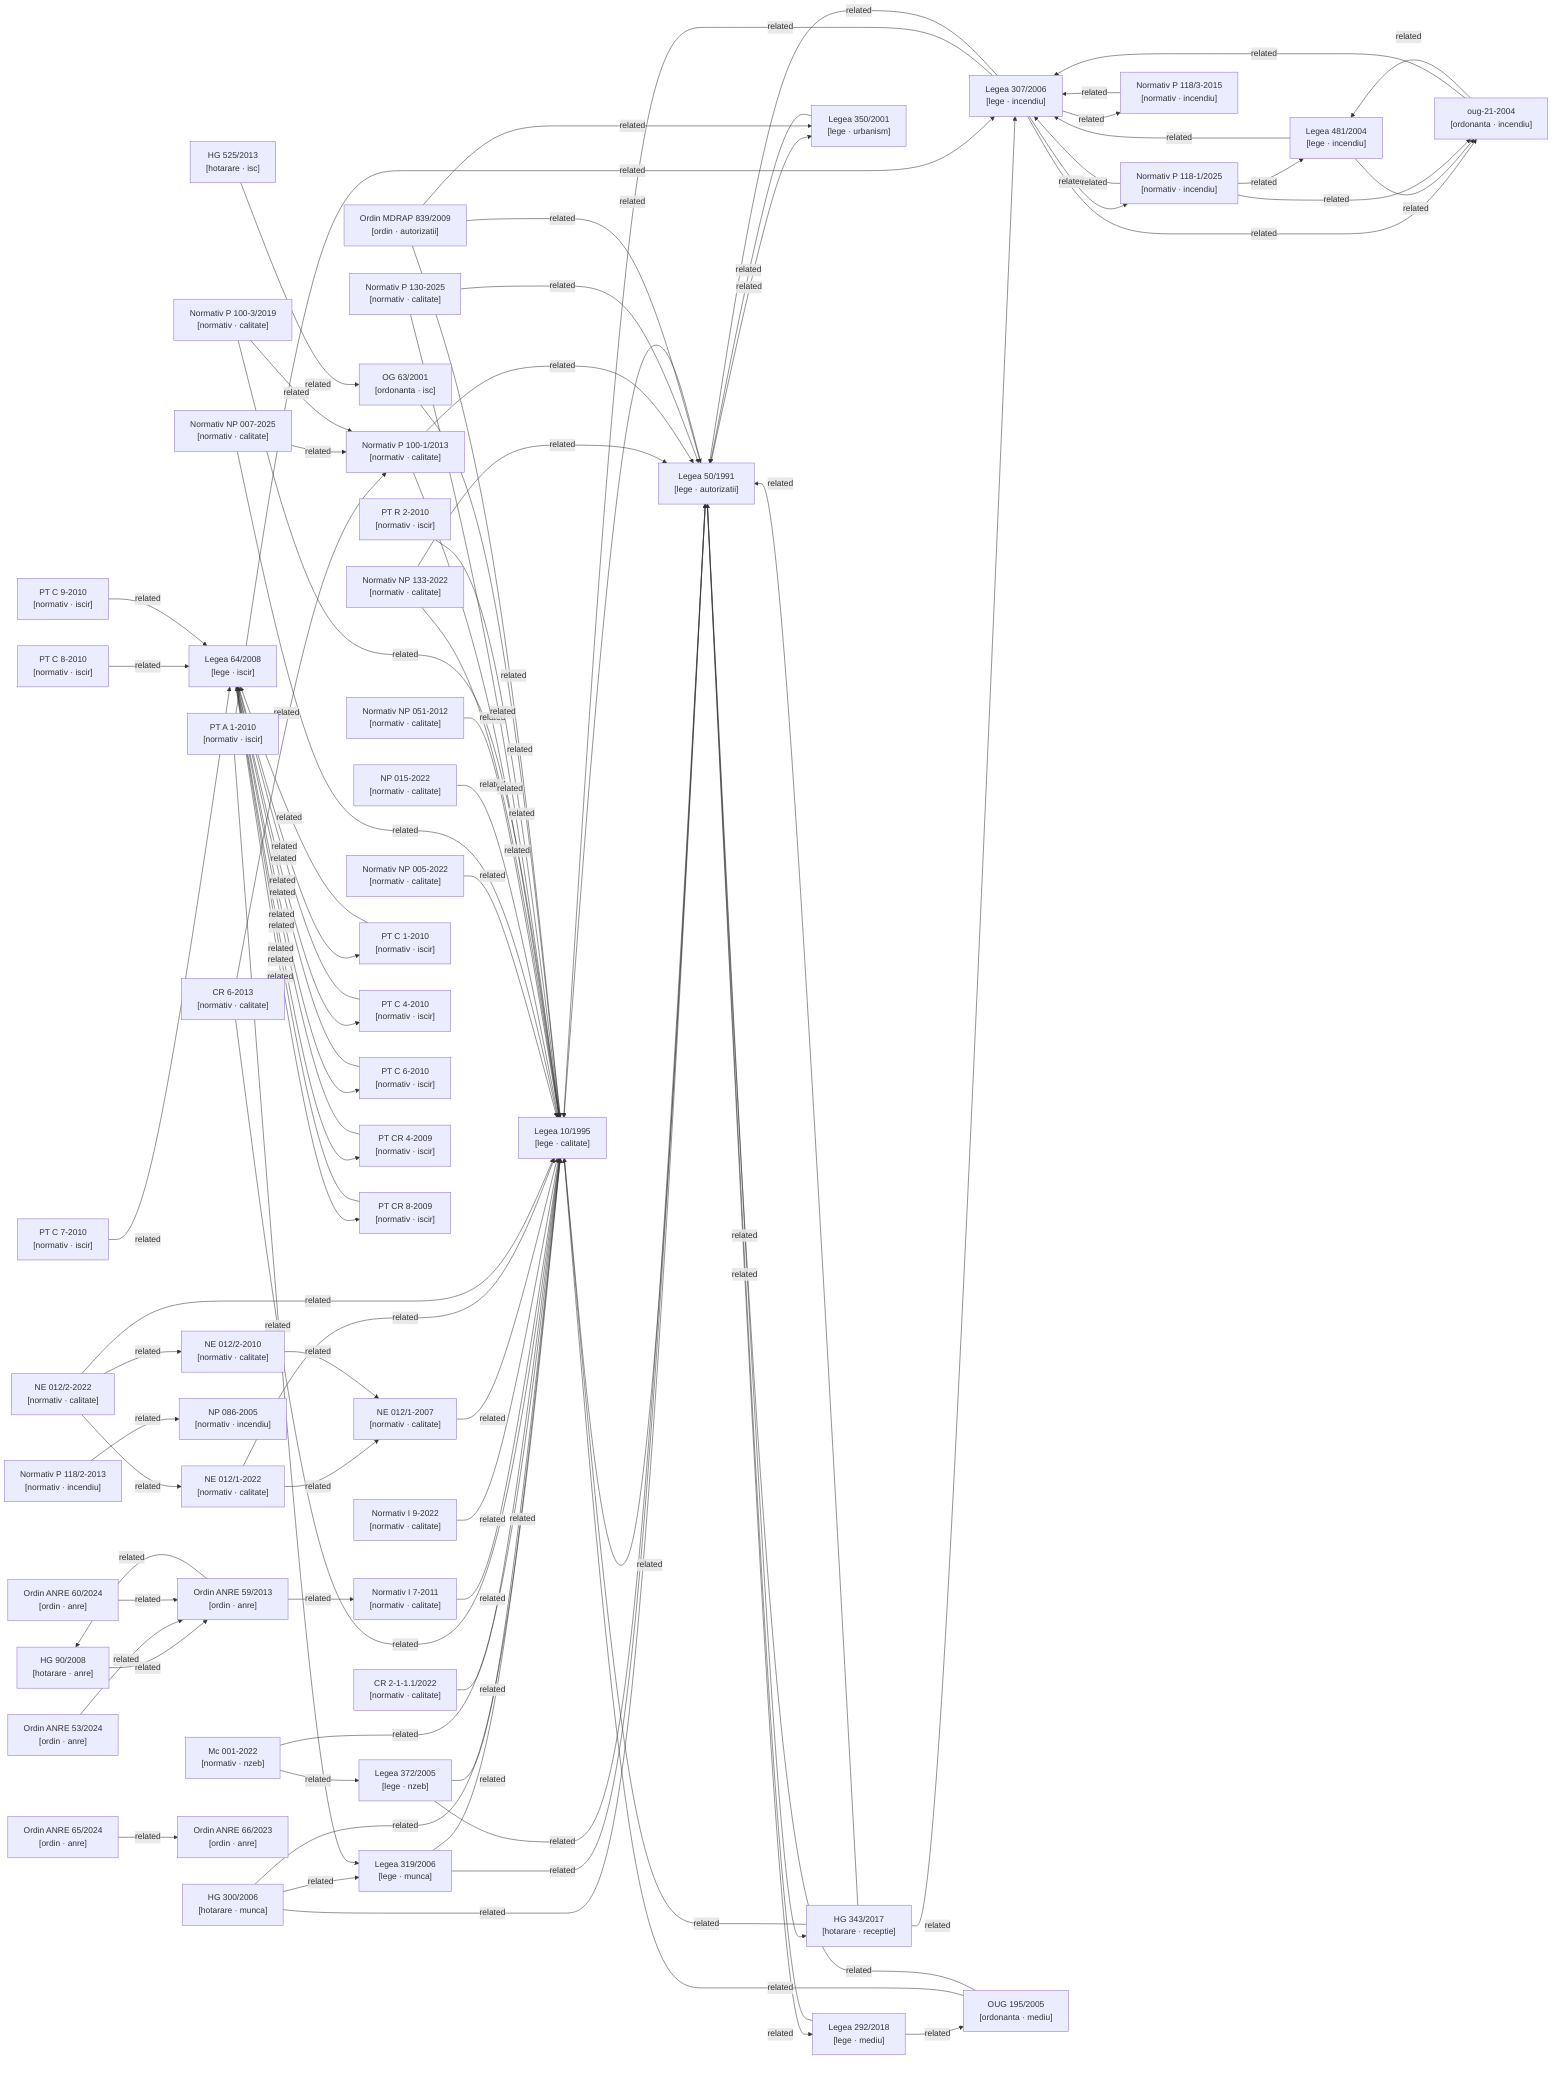
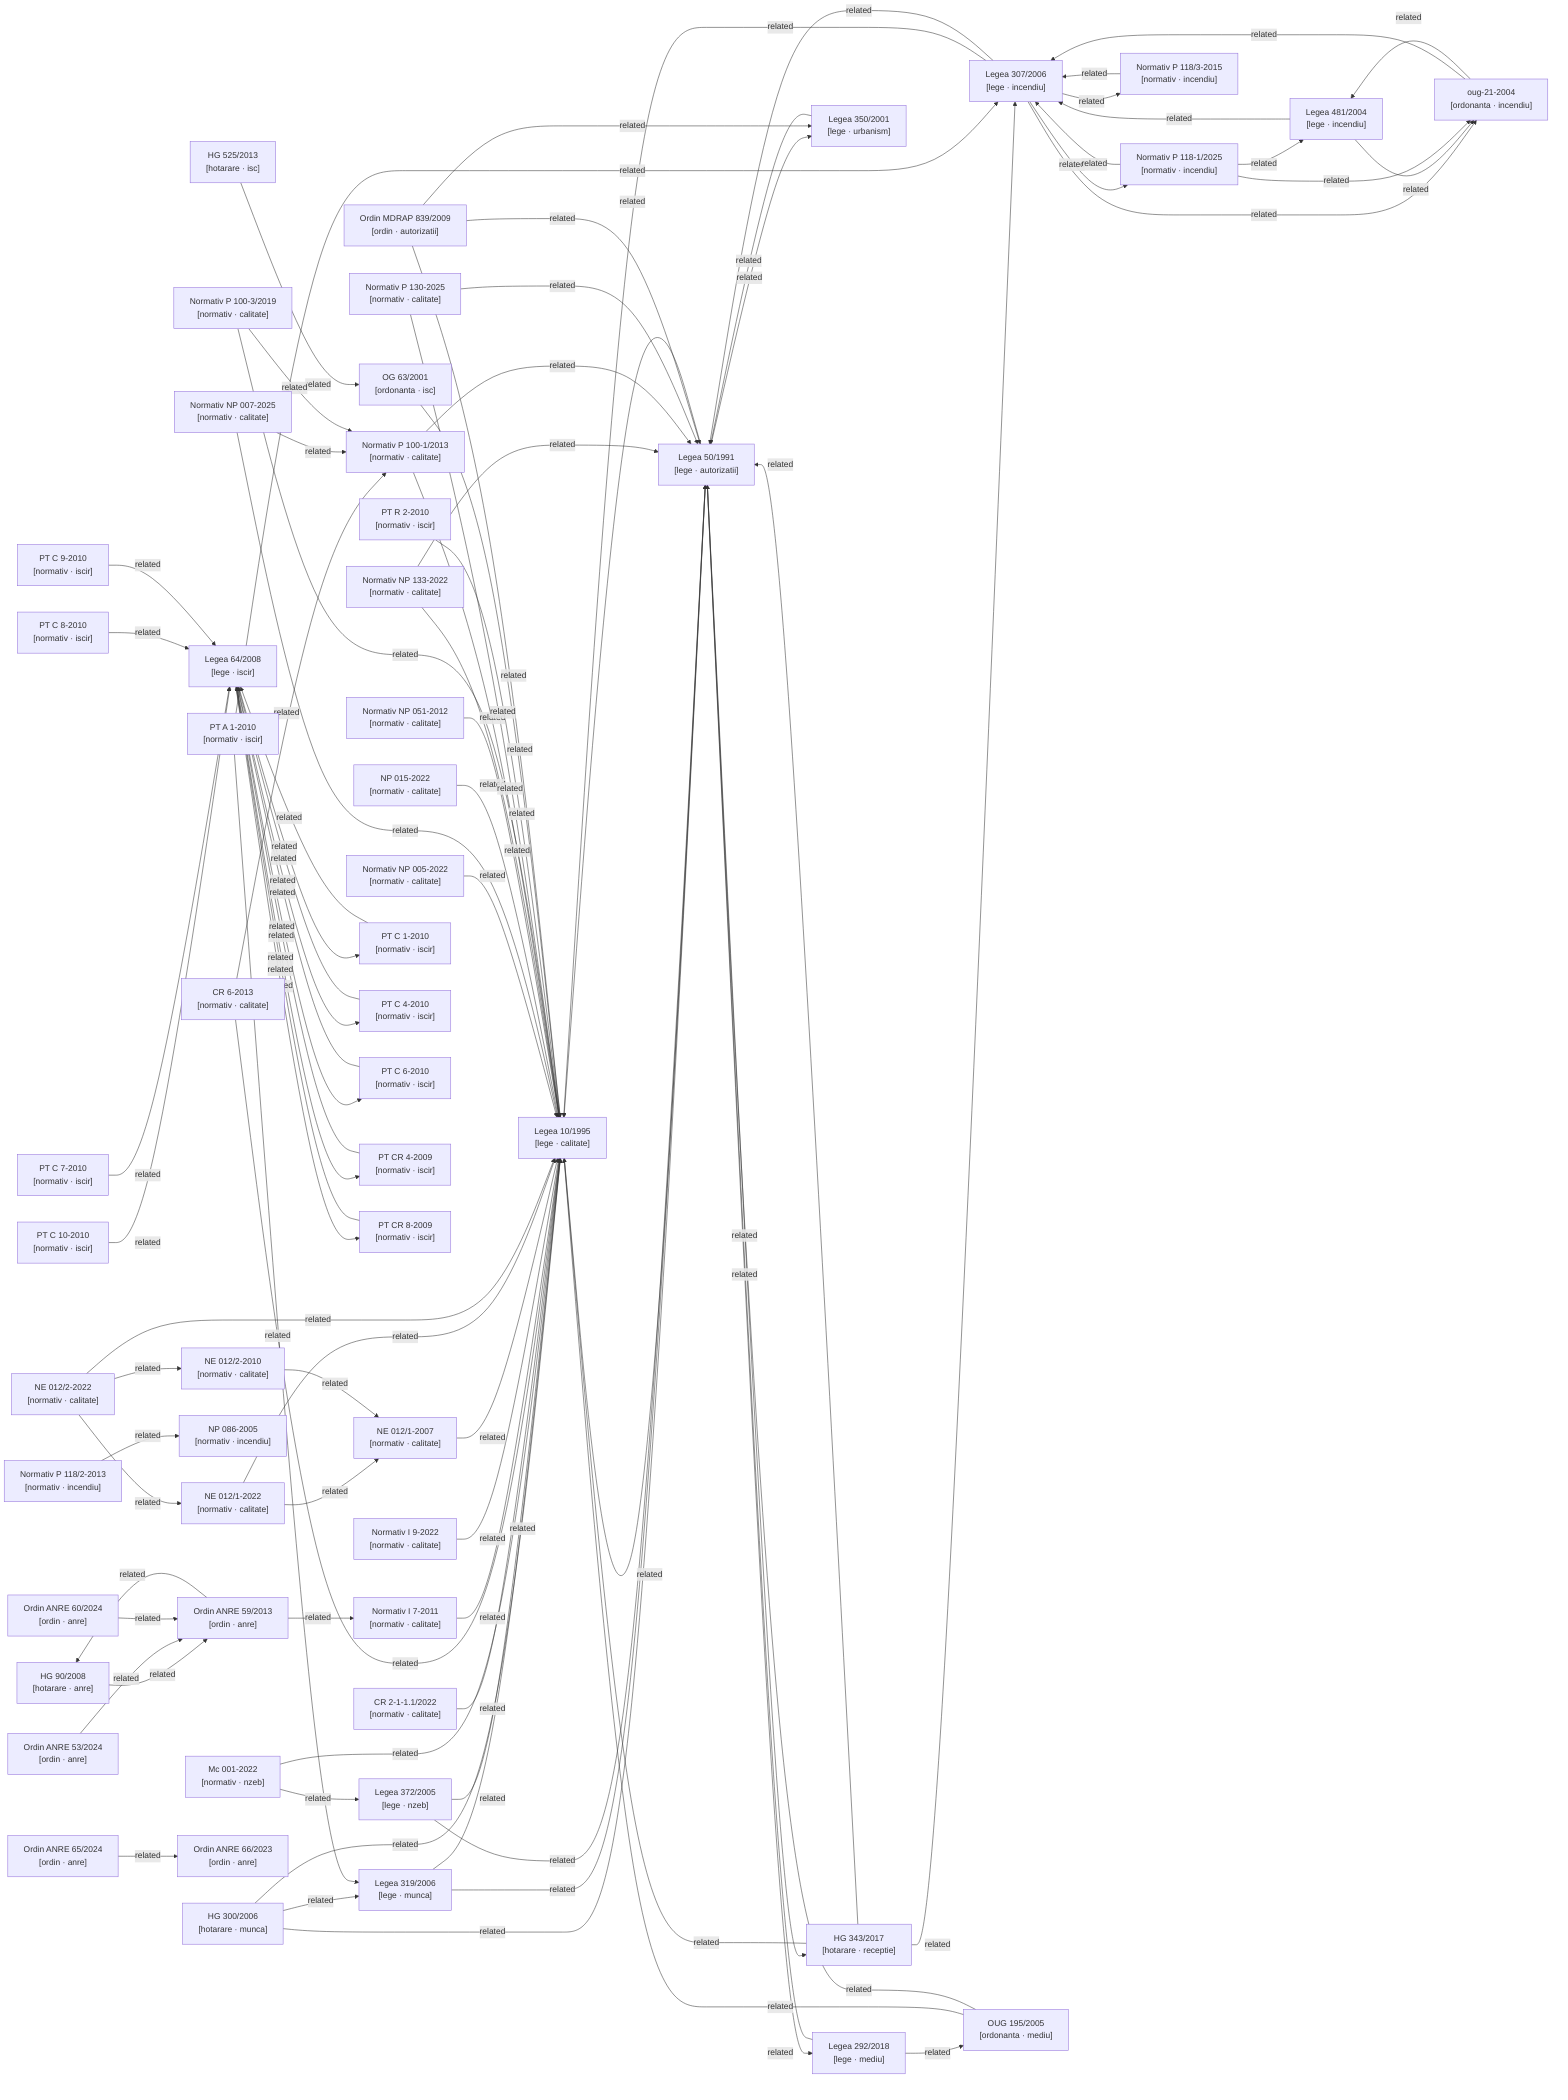
graph LR

  %% Nodes
  hg-300-2006["HG 300/2006\n[hotarare · munca]"]
  hg-343-2017["HG 343/2017\n[hotarare · receptie]"]
  hg-525-2013["HG 525/2013\n[hotarare · isc]"]
  hg-90-2008["HG 90/2008\n[hotarare · anre]"]
  lege-10-1995["Legea 10/1995\n[lege · calitate]"]
  lege-292-2018["Legea 292/2018\n[lege · mediu]"]
  lege-307-2006["Legea 307/2006\n[lege · incendiu]"]
  lege-319-2006["Legea 319/2006\n[lege · munca]"]
  lege-350-2001["Legea 350/2001\n[lege · urbanism]"]
  lege-372-2005["Legea 372/2005\n[lege · nzeb]"]
  lege-481-2004["Legea 481/2004\n[lege · incendiu]"]
  lege-50-1991["Legea 50/1991\n[lege · autorizatii]"]
  lege-64-2008["Legea 64/2008\n[lege · iscir]"]
  metodologie-mc001-2022["Mc 001-2022\n[normativ · nzeb]"]
  normativ-cr2-1-1-1-2022["CR 2-1-1.1/2022\n[normativ · calitate]"]
  normativ-cr6-2013["CR 6-2013\n[normativ · calitate]"]
  normativ-i7-2011["Normativ I 7-2011\n[normativ · calitate]"]
  normativ-i9-2022["Normativ I 9-2022\n[normativ · calitate]"]
  normativ-ne012-1-2007["NE 012/1-2007\n[normativ · calitate]"]
  normativ-ne012-1-2022["NE 012/1-2022\n[normativ · calitate]"]
  normativ-ne012-2-2010["NE 012/2-2010\n[normativ · calitate]"]
  normativ-ne012-2-2022["NE 012/2-2022\n[normativ · calitate]"]
  normativ-np005-2022["Normativ NP 005-2022\n[normativ · calitate]"]
  normativ-np007-2025["Normativ NP 007-2025\n[normativ · calitate]"]
  normativ-np015-2022["NP 015-2022\n[normativ · calitate]"]
  normativ-np051-2012["Normativ NP 051-2012\n[normativ · calitate]"]
  normativ-np086-2005["NP 086-2005\n[normativ · incendiu]"]
  normativ-np133-2022["Normativ NP 133-2022\n[normativ · calitate]"]
  normativ-p100-1-2013["Normativ P 100-1/2013\n[normativ · calitate]"]
  normativ-p100-3-2019["Normativ P 100-3/2019\n[normativ · calitate]"]
  normativ-p118-1-2025["Normativ P 118-1/2025\n[normativ · incendiu]"]
  normativ-p118-2-2013["Normativ P 118/2-2013\n[normativ · incendiu]"]
  normativ-p118-3-2015["Normativ P 118/3-2015\n[normativ · incendiu]"]
  normativ-p130-2025["Normativ P 130-2025\n[normativ · calitate]"]
  normativ-pt-a1-2010["PT A 1-2010\n[normativ · iscir]"]
  normativ-pt-c1-2010["PT C 1-2010\n[normativ · iscir]"]
+   normativ-pt-c10-2010["PT C 10-2010\n[normativ · iscir]"]
  normativ-pt-c4-2010["PT C 4-2010\n[normativ · iscir]"]
  normativ-pt-c6-2010["PT C 6-2010\n[normativ · iscir]"]
  normativ-pt-c7-2010["PT C 7-2010\n[normativ · iscir]"]
  normativ-pt-c8-2010["PT C 8-2010\n[normativ · iscir]"]
  normativ-pt-c9-2010["PT C 9-2010\n[normativ · iscir]"]
  normativ-pt-cr4-2009["PT CR 4-2009\n[normativ · iscir]"]
  normativ-pt-cr8-2009["PT CR 8-2009\n[normativ · iscir]"]
  normativ-pt-r2-2010["PT R 2-2010\n[normativ · iscir]"]
  og-63-2001["OG 63/2001\n[ordonanta · isc]"]
  ordin-839-2009["Ordin MDRAP 839/2009\n[ordin · autorizatii]"]
  ordin-anre-53-2024["Ordin ANRE 53/2024\n[ordin · anre]"]
  ordin-anre-59-2013["Ordin ANRE 59/2013\n[ordin · anre]"]
  ordin-anre-60-2024["Ordin ANRE 60/2024\n[ordin · anre]"]
  ordin-anre-65-2024["Ordin ANRE 65/2024\n[ordin · anre]"]
  ordin-anre-66-2023["Ordin ANRE 66/2023\n[ordin · anre]"]
  oug-195-2005["OUG 195/2005\n[ordonanta · mediu]"]
  oug-21-2004["oug-21-2004\n[ordonanta · incendiu]"]

  %% Confirmed relationships (from metadata related_acts)
  hg-300-2006 -->|related| lege-10-1995
  hg-300-2006 -->|related| lege-319-2006
  hg-300-2006 -->|related| lege-50-1991
  hg-343-2017 -->|related| lege-10-1995
  hg-343-2017 -->|related| lege-307-2006
  hg-343-2017 -->|related| lege-50-1991
  hg-525-2013 -->|related| og-63-2001
  hg-90-2008 -->|related| ordin-anre-59-2013
  lege-10-1995 -->|related| lege-50-1991
  lege-292-2018 -->|related| lege-50-1991
  lege-292-2018 -->|related| oug-195-2005
  lege-307-2006 -->|related| lege-10-1995
  lege-307-2006 -->|related| lege-50-1991
  lege-307-2006 -->|related| normativ-p118-1-2025
  lege-307-2006 -->|related| normativ-p118-3-2015
  lege-307-2006 -->|related| oug-21-2004
  lege-319-2006 -->|related| lege-10-1995
  lege-319-2006 -->|related| lege-50-1991
  lege-350-2001 -->|related| lege-50-1991
  lege-372-2005 -->|related| lege-10-1995
  lege-372-2005 -->|related| lege-50-1991
  lege-481-2004 -->|related| lege-307-2006
  lege-481-2004 -->|related| oug-21-2004
  lege-50-1991 -->|related| hg-343-2017
  lege-50-1991 -->|related| lege-10-1995
  lege-50-1991 -->|related| lege-292-2018
  lege-50-1991 -->|related| lege-350-2001
  lege-64-2008 -->|related| normativ-pt-c1-2010
  lege-64-2008 -->|related| normativ-pt-c4-2010
  lege-64-2008 -->|related| normativ-pt-c6-2010
  lege-64-2008 -->|related| normativ-pt-cr4-2009
  lege-64-2008 -->|related| normativ-pt-cr8-2009
  metodologie-mc001-2022 -->|related| lege-10-1995
  metodologie-mc001-2022 -->|related| lege-372-2005
  normativ-cr2-1-1-1-2022 -->|related| lege-10-1995
  normativ-cr6-2013 -->|related| lege-10-1995
  normativ-cr6-2013 -->|related| normativ-p100-1-2013
  normativ-i7-2011 -->|related| lege-10-1995
  normativ-i9-2022 -->|related| lege-10-1995
  normativ-ne012-1-2007 -->|related| lege-10-1995
  normativ-ne012-1-2022 -->|related| lege-10-1995
  normativ-ne012-1-2022 -->|related| normativ-ne012-1-2007
  normativ-ne012-2-2010 -->|related| normativ-ne012-1-2007
  normativ-ne012-2-2022 -->|related| lege-10-1995
  normativ-ne012-2-2022 -->|related| normativ-ne012-1-2022
  normativ-ne012-2-2022 -->|related| normativ-ne012-2-2010
  normativ-np005-2022 -->|related| lege-10-1995
  normativ-np007-2025 -->|related| lege-10-1995
  normativ-np007-2025 -->|related| normativ-p100-1-2013
  normativ-np015-2022 -->|related| lege-10-1995
  normativ-np051-2012 -->|related| lege-10-1995
  normativ-np133-2022 -->|related| lege-10-1995
  normativ-np133-2022 -->|related| lege-50-1991
  normativ-p100-1-2013 -->|related| lege-10-1995
  normativ-p100-1-2013 -->|related| lege-50-1991
  normativ-p100-3-2019 -->|related| lege-10-1995
  normativ-p100-3-2019 -->|related| normativ-p100-1-2013
  normativ-p118-1-2025 -->|related| lege-307-2006
  normativ-p118-1-2025 -->|related| lege-481-2004
  normativ-p118-1-2025 -->|related| oug-21-2004
  normativ-p118-2-2013 -->|related| normativ-np086-2005
  normativ-p118-3-2015 -->|related| lege-307-2006
  normativ-p130-2025 -->|related| lege-10-1995
  normativ-p130-2025 -->|related| lege-50-1991
  normativ-pt-a1-2010 -->|related| lege-307-2006
  normativ-pt-a1-2010 -->|related| lege-319-2006
  normativ-pt-c1-2010 -->|related| lege-64-2008
+   normativ-pt-c10-2010 -->|related| lege-64-2008
  normativ-pt-c4-2010 -->|related| lege-64-2008
  normativ-pt-c6-2010 -->|related| lege-64-2008
  normativ-pt-c7-2010 -->|related| lege-64-2008
  normativ-pt-c8-2010 -->|related| lege-64-2008
  normativ-pt-c9-2010 -->|related| lege-64-2008
  normativ-pt-cr4-2009 -->|related| lege-64-2008
  normativ-pt-cr8-2009 -->|related| lege-64-2008
  normativ-pt-r2-2010 -->|related| lege-10-1995
  og-63-2001 -->|related| lege-10-1995
  ordin-839-2009 -->|related| lege-10-1995
  ordin-839-2009 -->|related| lege-350-2001
  ordin-839-2009 -->|related| lege-50-1991
  ordin-anre-53-2024 -->|related| ordin-anre-59-2013
  ordin-anre-59-2013 -->|related| hg-90-2008
  ordin-anre-59-2013 -->|related| normativ-i7-2011
  ordin-anre-60-2024 -->|related| ordin-anre-59-2013
  ordin-anre-65-2024 -->|related| ordin-anre-66-2023
  oug-195-2005 -->|related| lege-10-1995
  oug-195-2005 -->|related| lege-50-1991
  oug-21-2004 -->|related| lege-307-2006
  oug-21-2004 -->|related| lege-481-2004

  %% Auto-detected relationships (needs_review)
